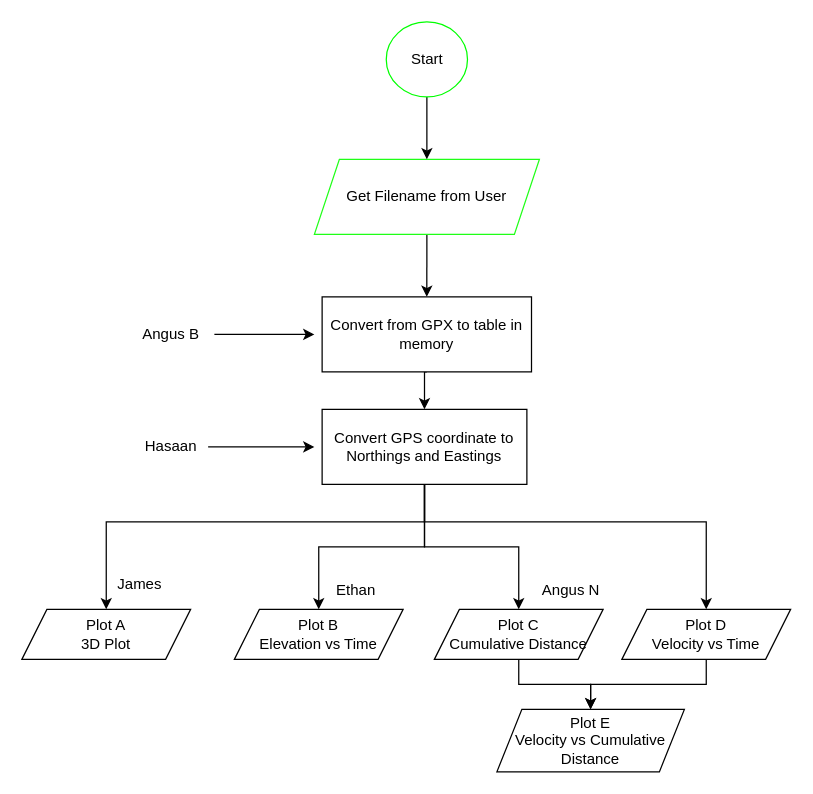
angusbarnes/ENGG100 keeps this draw.io diagram as Untitled Diagram.drawio. Above is the earlier version. Source tidied: cells renumbered, new cells numbered last; positions are measured from the earlier drawing's top-left corner, leaving out a move shared by most shapes. Both pictures are drawn from the tidied source at 125%, with x=0, y=0 at pixel (21, 21).
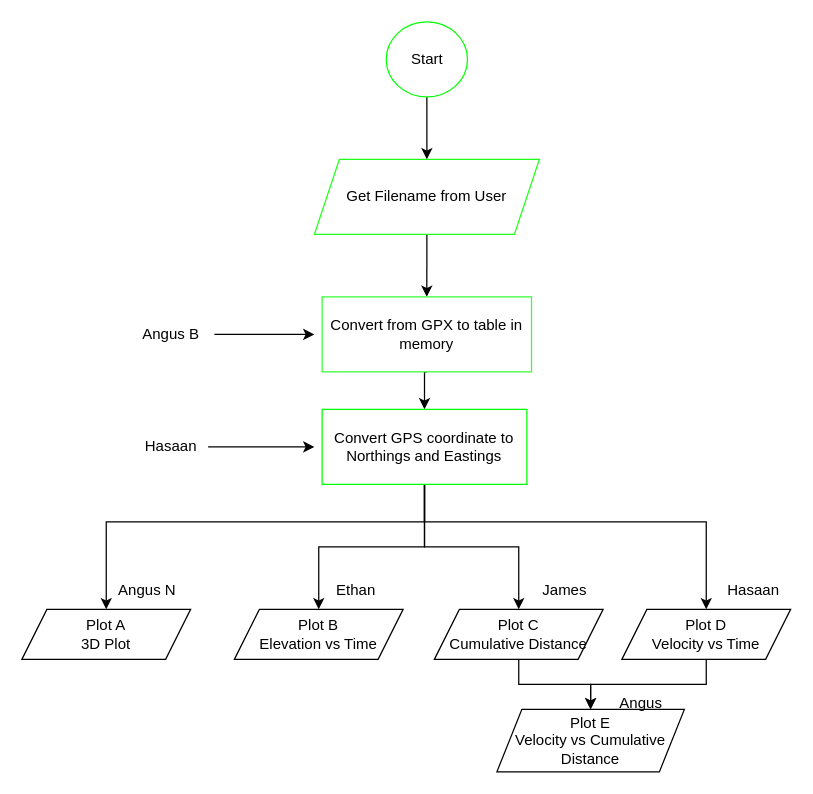
The same diagram, later.

Diff of the diagram source:
```diff
@@
-    <mxCell id="7" value="Convert from GPX to table in memory" style="rounded=0;whiteSpace=wrap;html=1;" parent="1" vertex="1">
+    <mxCell id="7" value="Convert from GPX to table in memory" style="rounded=0;whiteSpace=wrap;html=1;strokeColor=#33FF33;" parent="1" vertex="1">
       <mxGeometry x="240.2" y="220" width="167.5" height="60" as="geometry" />
     </mxCell>
@@
-    <mxCell id="12" value="Convert GPS coordinate to Northings and Eastings" style="rounded=0;whiteSpace=wrap;html=1;" parent="1" vertex="1">
+    <mxCell id="12" value="Convert GPS coordinate to Northings and Eastings" style="rounded=0;whiteSpace=wrap;html=1;strokeColor=#00FF00;" parent="1" vertex="1">
       <mxGeometry x="240.2" y="310" width="163.8" height="60" as="geometry" />
     </mxCell>
@@
     <mxCell id="24" value="James" style="text;html=1;align=center;verticalAlign=middle;strokeColor=none;fillColor=none;" parent="1" vertex="1">
-      <mxGeometry x="64" y="435" width="60" height="30" as="geometry" />
+      <mxGeometry x="404" y="440" width="60" height="30" as="geometry" />
     </mxCell>
@@
     <mxCell id="26" value="Angus N" style="text;html=1;align=center;verticalAlign=middle;strokeColor=none;fillColor=none;" parent="1" vertex="1">
-      <mxGeometry x="404" y="440" width="70" height="30" as="geometry" />
+      <mxGeometry x="65" y="440" width="70" height="30" as="geometry" />
     </mxCell>
+    <mxCell id="27" value="Hasaan" style="text;html=1;align=center;verticalAlign=middle;strokeColor=none;fillColor=none;" parent="1" vertex="1">
+      <mxGeometry x="555" y="440" width="60" height="30" as="geometry" />
+    </mxCell>
+    <mxCell id="28" value="Angus" style="text;html=1;align=center;verticalAlign=middle;strokeColor=none;fillColor=none;" parent="1" vertex="1">
+      <mxGeometry x="465" y="530" width="60" height="30" as="geometry" />
+    </mxCell>
```
